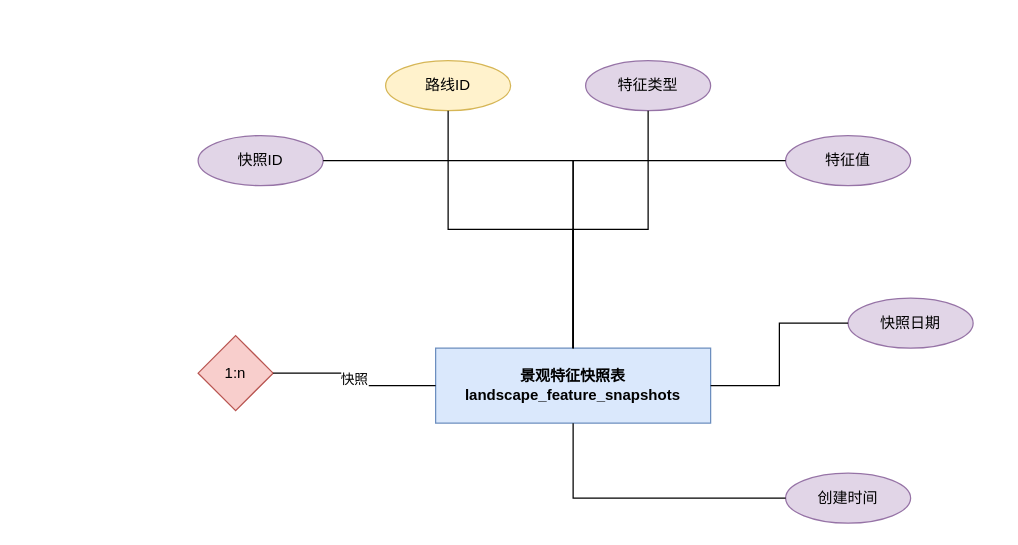
The draw.io diagram DOCS/architecture-diagrams/sources/景观特征快照表.drawio in 612cs/TrailQuest, before the edit. Source tidied: cells renumbered, new cells numbered last; positions are measured from the earlier drawing's top-left corner, leaving out a move shared by most shapes. Both pictures are drawn from the tidied source at 125%, with x=0, y=0 at pixel (198, 60).
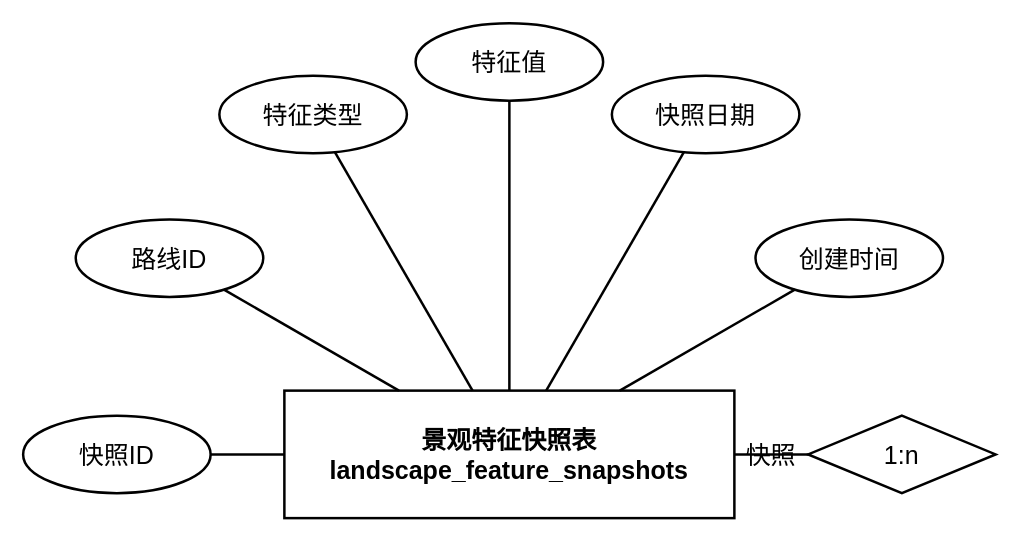
After the change.

Diff of the diagram source:
```diff
@@
 <mxGraphModel>
   <root>
     <mxCell id="0" />
     <mxCell id="1" parent="0" />
-    <mxCell id="2" value="景观特征快照表&#10;landscape_feature_snapshots" style="rounded=0;whiteSpace=wrap;html=1;fillColor=#dae8fc;strokeColor=#6c8ebf;fontSize=12;fontStyle=1;" parent="1" vertex="1">
-      <mxGeometry x="190" y="230" width="220" height="60" as="geometry" />
+    <mxCell id="2" value="景观特征快照表&#10;landscape_feature_snapshots" style="rounded=0;whiteSpace=wrap;html=1;fillColor=none;strokeColor=#000000;fontSize=20;fontStyle=1;gradientColor=none;fontColor=#000000;strokeWidth=2;shadow=0;glass=0;" parent="1" vertex="1">
+      <mxGeometry x="69" y="264" width="360" height="102" as="geometry" />
     </mxCell>
-    <mxCell id="3" value="快照ID" style="ellipse;whiteSpace=wrap;html=1;fillColor=#e1d5e7;strokeColor=#9673a6;" parent="1" vertex="1">
-      <mxGeometry y="60" width="100" height="40" as="geometry" />
+    <mxCell id="3" value="快照ID" style="ellipse;whiteSpace=wrap;html=1;fillColor=none;strokeColor=#000000;gradientColor=none;fontColor=#000000;fontSize=20;strokeWidth=2;shadow=0;glass=0;" parent="1" vertex="1">
+      <mxGeometry x="-140" y="284" width="150" height="62" as="geometry" />
     </mxCell>
-    <mxCell id="4" style="edgeStyle=orthogonalEdgeStyle;rounded=0;jettySize=auto;html=1;endArrow=none;endFill=0;" parent="1" edge="1" source="3" target="2">
+    <mxCell id="4" style="rounded=0;html=1;endArrow=none;endFill=0;strokeColor=#000000;strokeWidth=2;" parent="1" edge="1" source="3" target="2">
       <mxGeometry relative="1" as="geometry" />
     </mxCell>
-    <mxCell id="5" value="路线ID" style="ellipse;whiteSpace=wrap;html=1;fillColor=#fff2cc;strokeColor=#d6b656;" parent="1" vertex="1">
-      <mxGeometry x="150" width="100" height="40" as="geometry" />
+    <mxCell id="5" value="路线ID" style="ellipse;whiteSpace=wrap;html=1;fillColor=none;strokeColor=#000000;gradientColor=none;fontColor=#000000;fontSize=20;strokeWidth=2;shadow=0;glass=0;" parent="1" vertex="1">
+      <mxGeometry x="-97.9" y="127" width="150" height="62" as="geometry" />
     </mxCell>
-    <mxCell id="6" style="edgeStyle=orthogonalEdgeStyle;rounded=0;jettySize=auto;html=1;endArrow=none;endFill=0;" parent="1" edge="1" source="5" target="2">
+    <mxCell id="6" style="rounded=0;html=1;endArrow=none;endFill=0;strokeColor=#000000;strokeWidth=2;" parent="1" edge="1" source="5" target="2">
       <mxGeometry relative="1" as="geometry" />
     </mxCell>
-    <mxCell id="7" value="特征类型" style="ellipse;whiteSpace=wrap;html=1;fillColor=#e1d5e7;strokeColor=#9673a6;" parent="1" vertex="1">
-      <mxGeometry x="310" width="100" height="40" as="geometry" />
+    <mxCell id="7" value="特征类型" style="ellipse;whiteSpace=wrap;html=1;fillColor=none;strokeColor=#000000;gradientColor=none;fontColor=#000000;fontSize=20;strokeWidth=2;shadow=0;glass=0;" parent="1" vertex="1">
+      <mxGeometry x="17" y="12.1" width="150" height="62" as="geometry" />
     </mxCell>
-    <mxCell id="8" style="edgeStyle=orthogonalEdgeStyle;rounded=0;jettySize=auto;html=1;endArrow=none;endFill=0;" parent="1" edge="1" source="7" target="2">
+    <mxCell id="8" style="rounded=0;html=1;endArrow=none;endFill=0;strokeColor=#000000;strokeWidth=2;" parent="1" edge="1" source="7" target="2">
       <mxGeometry relative="1" as="geometry" />
     </mxCell>
-    <mxCell id="9" value="特征值" style="ellipse;whiteSpace=wrap;html=1;fillColor=#e1d5e7;strokeColor=#9673a6;" parent="1" vertex="1">
-      <mxGeometry x="470" y="60" width="100" height="40" as="geometry" />
+    <mxCell id="9" value="特征值" style="ellipse;whiteSpace=wrap;html=1;fillColor=none;strokeColor=#000000;gradientColor=none;fontColor=#000000;fontSize=20;strokeWidth=2;shadow=0;glass=0;" parent="1" vertex="1">
+      <mxGeometry x="174" y="-30" width="150" height="62" as="geometry" />
     </mxCell>
-    <mxCell id="10" style="edgeStyle=orthogonalEdgeStyle;rounded=0;jettySize=auto;html=1;endArrow=none;endFill=0;" parent="1" edge="1" source="9" target="2">
+    <mxCell id="10" style="rounded=0;html=1;endArrow=none;endFill=0;strokeColor=#000000;strokeWidth=2;" parent="1" edge="1" source="9" target="2">
       <mxGeometry relative="1" as="geometry" />
     </mxCell>
-    <mxCell id="11" value="快照日期" style="ellipse;whiteSpace=wrap;html=1;fillColor=#e1d5e7;strokeColor=#9673a6;" parent="1" vertex="1">
-      <mxGeometry x="520" y="190" width="100" height="40" as="geometry" />
+    <mxCell id="11" value="快照日期" style="ellipse;whiteSpace=wrap;html=1;fillColor=none;strokeColor=#000000;gradientColor=none;fontColor=#000000;fontSize=20;strokeWidth=2;shadow=0;glass=0;" parent="1" vertex="1">
+      <mxGeometry x="331" y="12.1" width="150" height="62" as="geometry" />
     </mxCell>
-    <mxCell id="12" style="edgeStyle=orthogonalEdgeStyle;rounded=0;jettySize=auto;html=1;endArrow=none;endFill=0;" parent="1" edge="1" source="11" target="2">
+    <mxCell id="12" style="rounded=0;html=1;endArrow=none;endFill=0;strokeColor=#000000;strokeWidth=2;" parent="1" edge="1" source="11" target="2">
       <mxGeometry relative="1" as="geometry" />
     </mxCell>
-    <mxCell id="13" value="创建时间" style="ellipse;whiteSpace=wrap;html=1;fillColor=#e1d5e7;strokeColor=#9673a6;" parent="1" vertex="1">
-      <mxGeometry x="470" y="330" width="100" height="40" as="geometry" />
+    <mxCell id="13" value="创建时间" style="ellipse;whiteSpace=wrap;html=1;fillColor=none;strokeColor=#000000;gradientColor=none;fontColor=#000000;fontSize=20;strokeWidth=2;shadow=0;glass=0;" parent="1" vertex="1">
+      <mxGeometry x="445.9" y="127" width="150" height="62" as="geometry" />
     </mxCell>
-    <mxCell id="14" style="edgeStyle=orthogonalEdgeStyle;rounded=0;jettySize=auto;html=1;endArrow=none;endFill=0;" parent="1" edge="1" source="13" target="2">
+    <mxCell id="14" style="rounded=0;html=1;endArrow=none;endFill=0;strokeColor=#000000;strokeWidth=2;" parent="1" edge="1" source="13" target="2">
       <mxGeometry relative="1" as="geometry" />
     </mxCell>
-    <mxCell id="15" value="1:n" style="rhombus;whiteSpace=wrap;html=1;fillColor=#f8cecc;strokeColor=#b85450;fontSize=12;" parent="1" vertex="1">
-      <mxGeometry y="220" width="60" height="60" as="geometry" />
+    <mxCell id="15" value="1:n" style="rhombus;whiteSpace=wrap;html=1;fillColor=none;strokeColor=#000000;fontSize=20;gradientColor=none;fontColor=#000000;strokeWidth=2;shadow=0;glass=0;" parent="1" vertex="1">
+      <mxGeometry x="488" y="284" width="150" height="62" as="geometry" />
     </mxCell>
-    <mxCell id="16" value="快照" style="edgeStyle=orthogonalEdgeStyle;rounded=0;jettySize=auto;html=1;endArrow=none;endFill=0;" parent="1" edge="1" source="15" target="2">
+    <mxCell id="16" value="快照" style="rounded=0;html=1;endArrow=none;endFill=0;strokeColor=#000000;strokeWidth=2;fontSize=20;fontColor=#000000;fontFamily=Arial;labelBackgroundColor=none;fillColor=none;gradientColor=none;shadow=0;" parent="1" edge="1" source="15" target="2">
       <mxGeometry relative="1" as="geometry" />
     </mxCell>
   </root>
 </mxGraphModel>
```
